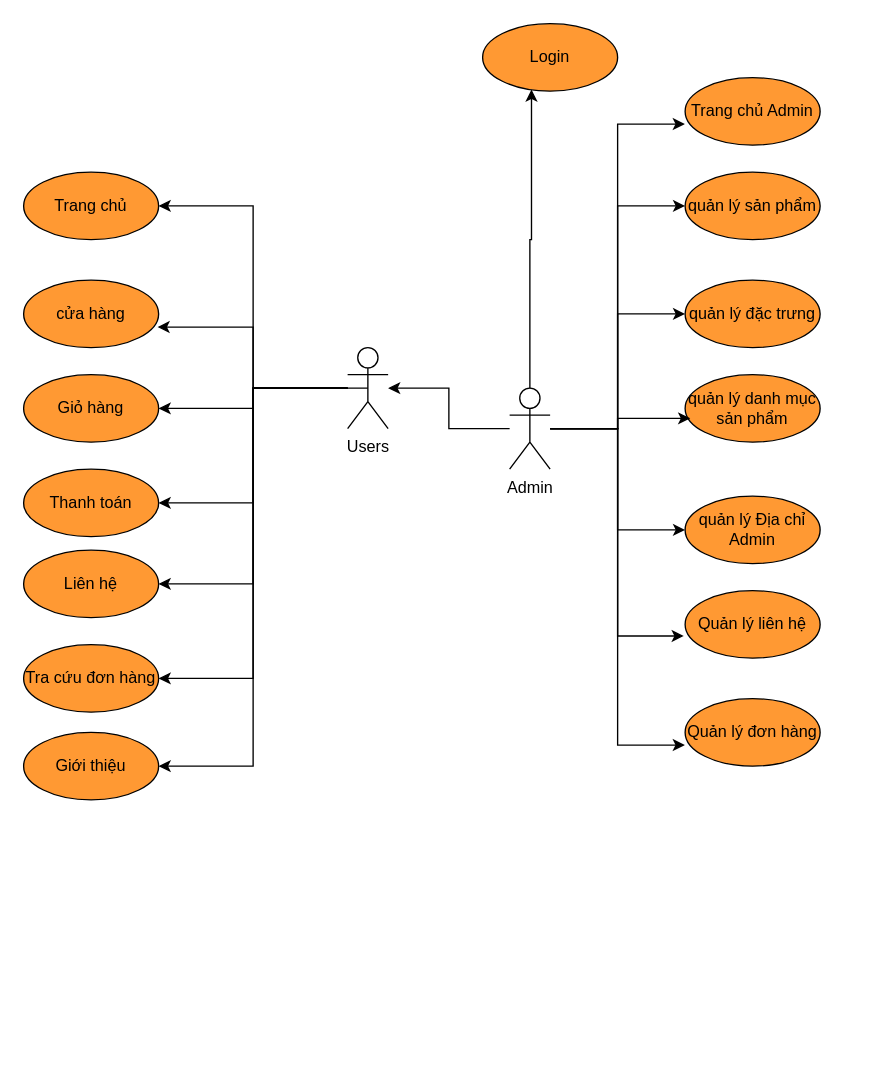
Before: useCase.drawio in duongquocvu0411/CDSG-CNPM, a draw.io diagram. Source tidied: cells renumbered, new cells numbered last; positions are measured from the earlier drawing's top-left corner, leaving out a move shared by most shapes. Both pictures are drawn from the tidied source at 135%, with x=0, y=0 at pixel (23, 23).
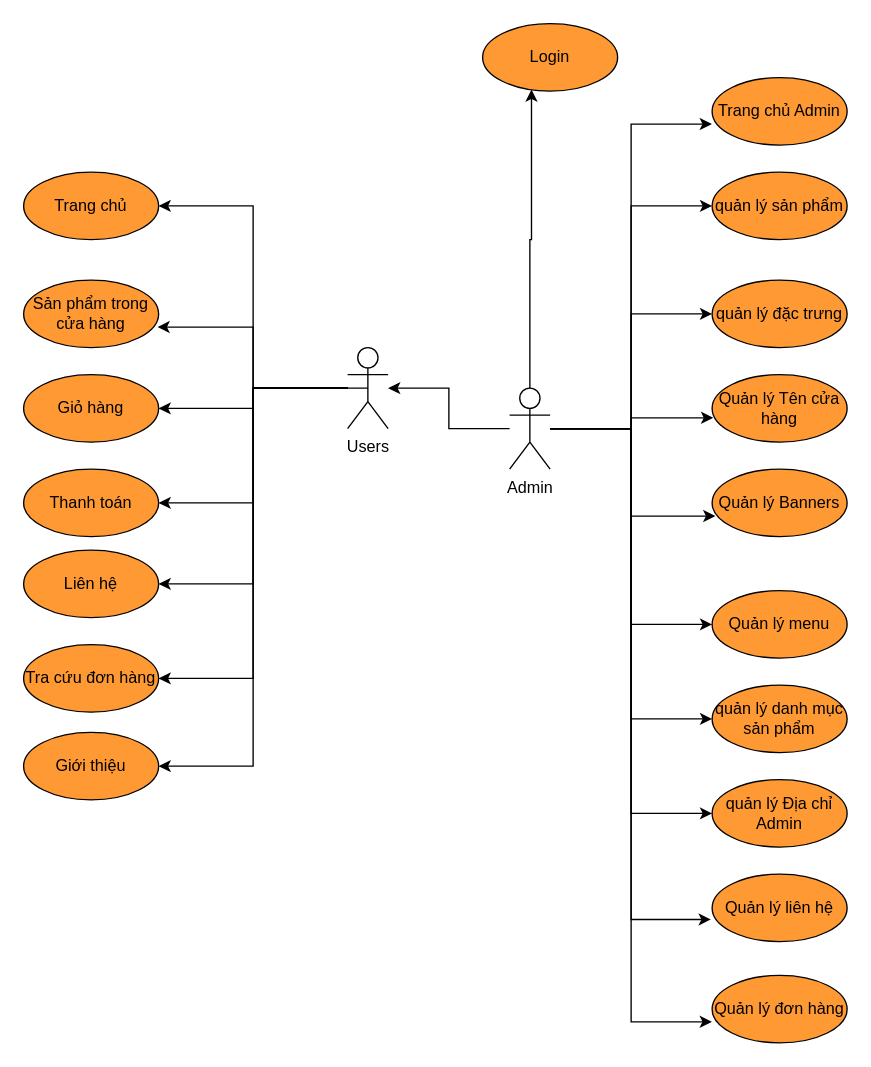
After the change.

The change refers to these unchanged cells:
```xml
<mxCell id="20" value="Admin" style="shape=umlActor;verticalLabelPosition=bottom;verticalAlign=top;html=1;outlineConnect=0;" parent="1" vertex="1">
  <mxGeometry x="360" y="270" width="30" height="60" as="geometry" />
</mxCell>
```

What changed in the source:
```diff
@@
-    <mxCell id="10" value="cửa hàng" style="ellipse;whiteSpace=wrap;html=1;fillColor=#FF9933;" parent="1" vertex="1">
+    <mxCell id="10" value="Sản phẩm trong cửa hàng" style="ellipse;whiteSpace=wrap;html=1;fillColor=#FF9933;" parent="1" vertex="1">
       <mxGeometry y="190" width="100" height="50" as="geometry" />
     </mxCell>
@@
+    <mxCell id="35" style="edgeStyle=orthogonalEdgeStyle;rounded=0;jettySize=auto;html=1;entryX=0;entryY=0.5;entryDx=0;entryDy=0;" parent="1" edge="1" source="20" target="40">
+      <mxGeometry relative="1" as="geometry" />
+    </mxCell>
+    <mxCell id="31" style="edgeStyle=orthogonalEdgeStyle;rounded=0;jettySize=auto;html=1;entryX=0;entryY=0.5;entryDx=0;entryDy=0;" parent="1" edge="1" source="20" target="26">
+      <mxGeometry relative="1" as="geometry" />
+    </mxCell>
@@
     <mxCell id="22" value="Trang chủ Admin" style="ellipse;whiteSpace=wrap;html=1;fillColor=#FF9933;" parent="1" vertex="1">
-      <mxGeometry x="490" y="40" width="100" height="50" as="geometry" />
+      <mxGeometry x="510" y="40" width="100" height="50" as="geometry" />
     </mxCell>
@@
     <mxCell id="24" value="quản lý sản phẩm" style="ellipse;whiteSpace=wrap;html=1;fillColor=#FF9933;" parent="1" vertex="1">
-      <mxGeometry x="490" y="110" width="100" height="50" as="geometry" />
+      <mxGeometry x="510" y="110" width="100" height="50" as="geometry" />
     </mxCell>
     <mxCell id="25" value="quản lý đặc trưng" style="ellipse;whiteSpace=wrap;html=1;fillColor=#FF9933;" parent="1" vertex="1">
-      <mxGeometry x="490" y="190" width="100" height="50" as="geometry" />
+      <mxGeometry x="510" y="190" width="100" height="50" as="geometry" />
     </mxCell>
     <mxCell id="26" value="quản lý danh mục sản phẩm" style="ellipse;whiteSpace=wrap;html=1;fillColor=#FF9933;" parent="1" vertex="1">
-      <mxGeometry x="490" y="260" width="100" height="50" as="geometry" />
+      <mxGeometry x="510" y="490" width="100" height="50" as="geometry" />
     </mxCell>
     <mxCell id="27" value="quản lý Địa chỉ Admin" style="ellipse;whiteSpace=wrap;html=1;fillColor=#FF9933;" parent="1" vertex="1">
-      <mxGeometry x="490" y="350" width="100" height="50" as="geometry" />
+      <mxGeometry x="510" y="560" width="100" height="50" as="geometry" />
     </mxCell>
     <mxCell id="28" value="Quản lý liên hệ" style="ellipse;whiteSpace=wrap;html=1;fillColor=#FF9933;" parent="1" vertex="1">
-      <mxGeometry x="490" y="420" width="100" height="50" as="geometry" />
+      <mxGeometry x="510" y="630" width="100" height="50" as="geometry" />
     </mxCell>
     <mxCell id="29" value="Quản lý đơn hàng" style="ellipse;whiteSpace=wrap;html=1;fillColor=#FF9933;" parent="1" vertex="1">
-      <mxGeometry x="490" y="500" width="100" height="50" as="geometry" />
+      <mxGeometry x="510" y="705" width="100" height="50" as="geometry" />
     </mxCell>
@@
-    <mxCell id="31" style="edgeStyle=orthogonalEdgeStyle;rounded=0;jettySize=auto;html=1;entryX=0.038;entryY=0.648;entryDx=0;entryDy=0;entryPerimeter=0;" parent="1" edge="1" source="20" target="26">
-      <mxGeometry relative="1" as="geometry" />
-    </mxCell>
@@
+    <mxCell id="36" value="Quản lý Tên cửa hàng" style="ellipse;whiteSpace=wrap;html=1;fillColor=#FF9933;" parent="1" vertex="1">
+      <mxGeometry x="510" y="260" width="100" height="50" as="geometry" />
+    </mxCell>
+    <mxCell id="37" value="Quản lý Banners" style="ellipse;whiteSpace=wrap;html=1;fillColor=#FF9933;" parent="1" vertex="1">
+      <mxGeometry x="510" y="330" width="100" height="50" as="geometry" />
+    </mxCell>
+    <mxCell id="38" style="edgeStyle=orthogonalEdgeStyle;rounded=0;jettySize=auto;html=1;entryX=0.008;entryY=0.64;entryDx=0;entryDy=0;entryPerimeter=0;" parent="1" edge="1" source="20" target="36">
+      <mxGeometry relative="1" as="geometry" />
+    </mxCell>
+    <mxCell id="39" style="edgeStyle=orthogonalEdgeStyle;rounded=0;jettySize=auto;html=1;entryX=0.024;entryY=0.696;entryDx=0;entryDy=0;entryPerimeter=0;" parent="1" edge="1" source="20" target="37">
+      <mxGeometry relative="1" as="geometry" />
+    </mxCell>
+    <mxCell id="40" value="Quản lý menu" style="ellipse;whiteSpace=wrap;html=1;fillColor=#FF9933;" parent="1" vertex="1">
+      <mxGeometry x="510" y="420" width="100" height="50" as="geometry" />
+    </mxCell>
```
